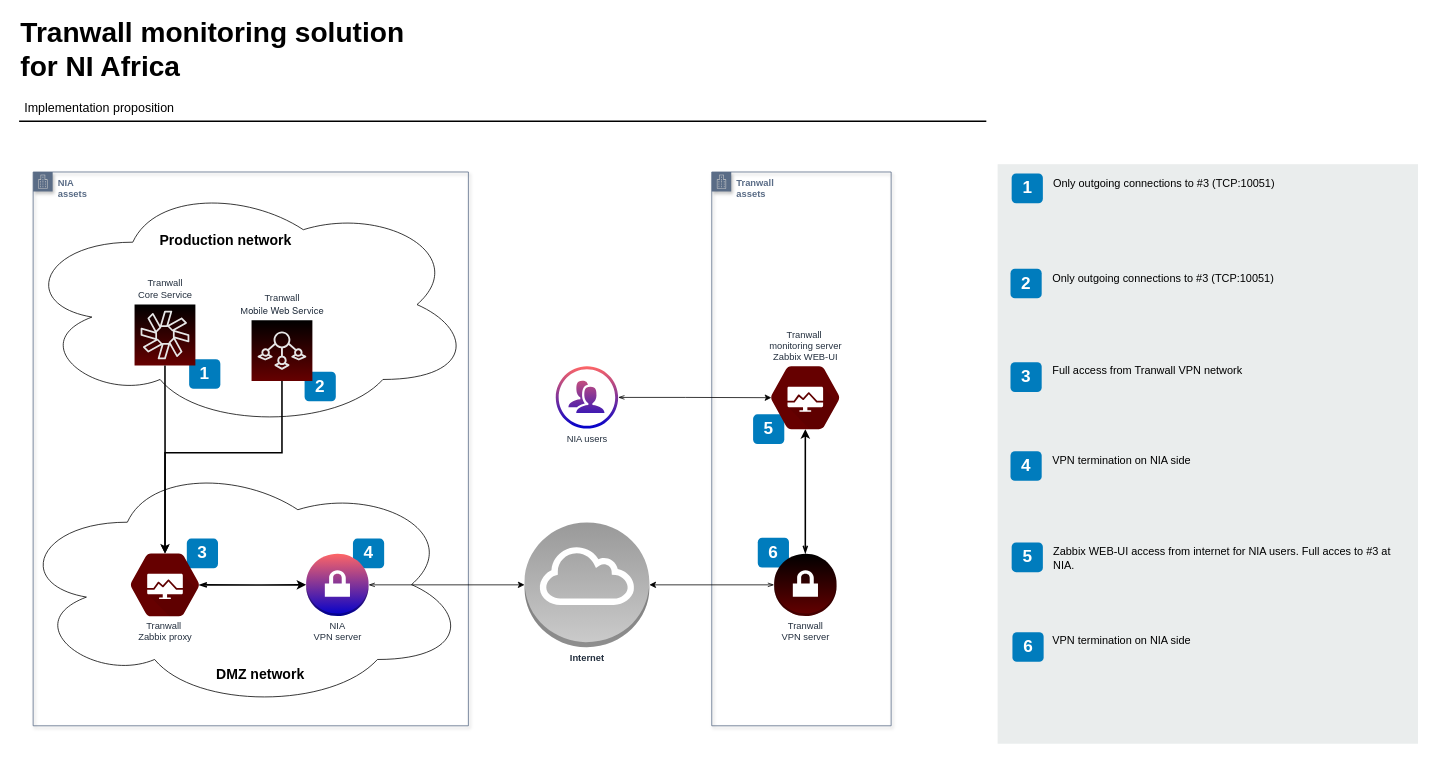
Earlier version of the draw.io diagram NIA monitoting solution.drawio (7ak/draw.io). Source tidied: cells renumbered, new cells numbered last; positions are measured from the earlier drawing's top-left corner, leaving out a move shared by most shapes. Both pictures are drawn from the tidied source at 78%, with x=0, y=0 at pixel (13, 13).
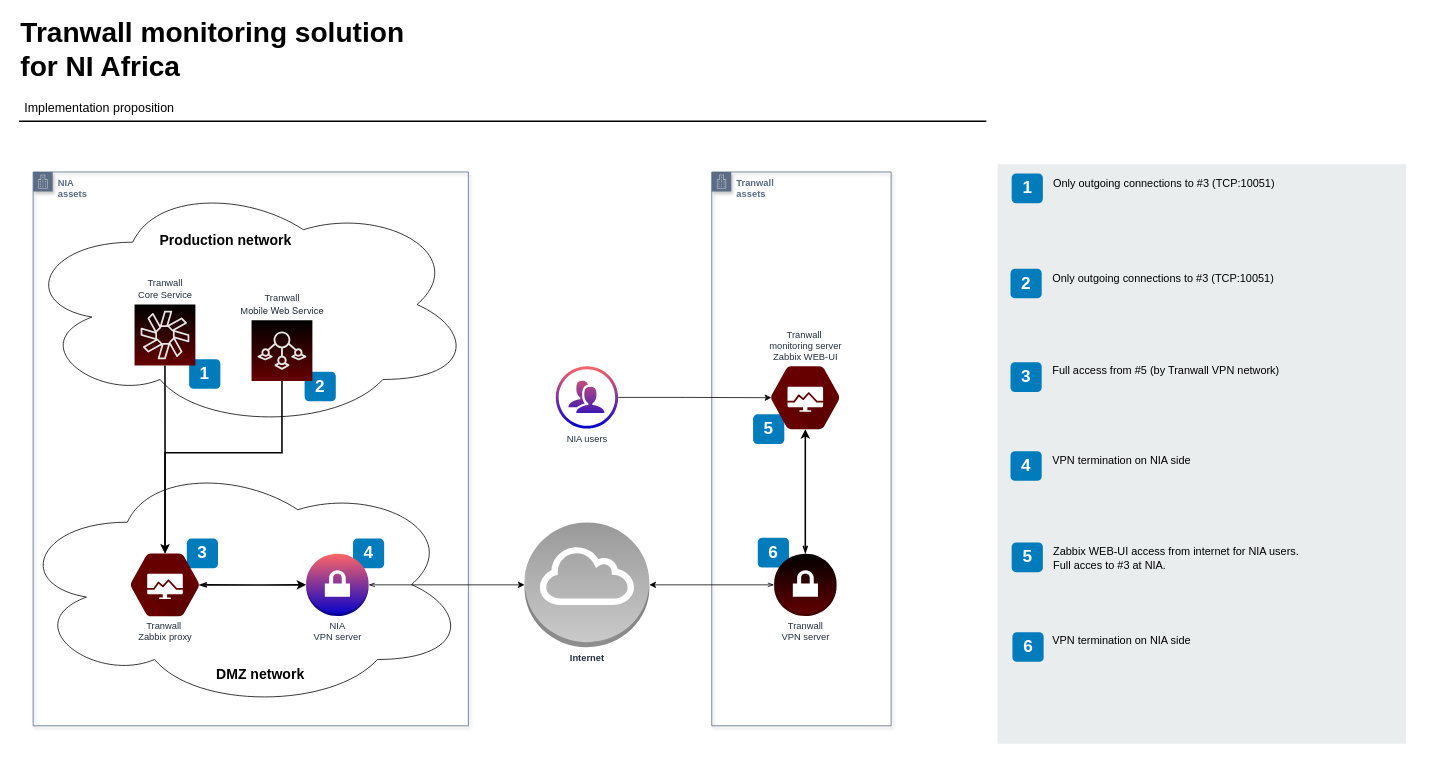
Above is the later version.

Unchanged cells that the change refers to:
```xml
<mxCell id="10" value="NIA users" style="verticalLabelPosition=bottom;html=1;fillColor=#0000CC;verticalAlign=top;align=center;points=[[0.25,0,0],[0.5,0,0],[0.75,0,0],[1,0.5,0],[0.75,1,0],[0.5,1,0],[0.25,1,0],[0,0.5,0],[0.125,0.25,0],[0.125,0.75,0],[0.875,0.25,0],[0.875,0.75,0]];shape=mxgraph.cisco_safe.design.users;dashed=0;fontColor=#232F3E;fontStyle=0;strokeColor=#ffffff;gradientColor=#FF6666;gradientDirection=north;labelBackgroundColor=none;" parent="1" vertex="1">
  <mxGeometry x="695" y="452" width="80" height="80" as="geometry" />
</mxCell>
<mxCell id="27" value="Tranwall&amp;nbsp;&lt;br&gt;monitoring server&lt;br&gt;Zabbix WEB-UI" style="html=1;fillColor=#660000;strokeColor=#E6E6E6;verticalAlign=bottom;labelPosition=center;verticalLabelPosition=top;align=center;spacingTop=0;fontSize=12;fontStyle=0;fontColor=#232F3E;shape=mxgraph.gcp2.hexIcon;prIcon=cloud_deployment_manager;shadow=0;dashed=0;gradientColor=#000000;gradientDirection=north;spacing=-15;" parent="1" vertex="1">
  <mxGeometry x="948" y="433" width="133.9" height="118.7" as="geometry" />
</mxCell>
```

What changed in the source:
```diff
@@
-    <mxCell id="9" style="edgeStyle=orthogonalEdgeStyle;rounded=0;jettySize=auto;html=1;startArrow=openThin;startFill=0;fontSize=18;entryX=0.175;entryY=0.5;entryDx=0;entryDy=0;entryPerimeter=0;" parent="1" edge="1" source="10" target="27">
+    <mxCell id="9" style="edgeStyle=orthogonalEdgeStyle;rounded=0;jettySize=auto;html=1;startArrow=none;startFill=0;fontSize=18;entryX=0.175;entryY=0.5;entryDx=0;entryDy=0;entryPerimeter=0;" parent="1" edge="1" source="10" target="27">
       <mxGeometry relative="1" as="geometry" />
     </mxCell>
@@
     <mxCell id="30" style="rounded=0;whiteSpace=wrap;html=1;fillColor=#EAEDED;fontSize=22;fontColor=#FFFFFF;strokeColor=none;labelBackgroundColor=none;" parent="1" vertex="1">
-      <mxGeometry x="1261.5" y="193" width="539" height="743" as="geometry" />
+      <mxGeometry x="1261.5" y="193" width="523.5" height="743" as="geometry" />
     </mxCell>
@@
-    <mxCell id="39" value="Full access from Tranwall VPN network&amp;nbsp;" style="text;html=1;align=left;verticalAlign=top;spacingTop=-4;fontSize=14;labelBackgroundColor=none;whiteSpace=wrap;" parent="1" vertex="1">
+    <mxCell id="39" value="Full access from #5 (by Tranwall VPN network)&amp;nbsp;" style="text;html=1;align=left;verticalAlign=top;spacingTop=-4;fontSize=14;labelBackgroundColor=none;whiteSpace=wrap;" parent="1" vertex="1">
       <mxGeometry x="1330" y="445.5" width="450" height="117" as="geometry" />
     </mxCell>
@@
-    <mxCell id="41" value="Zabbix WEB-UI access from internet for NIA users. Full acces to #3 at NIA." style="text;html=1;align=left;verticalAlign=top;spacingTop=-4;fontSize=14;labelBackgroundColor=none;whiteSpace=wrap;" parent="1" vertex="1">
+    <mxCell id="41" value="Zabbix WEB-UI access from internet for NIA users. &lt;br&gt;Full acces to #3 at NIA." style="text;html=1;align=left;verticalAlign=top;spacingTop=-4;fontSize=14;labelBackgroundColor=none;whiteSpace=wrap;" parent="1" vertex="1">
       <mxGeometry x="1331" y="678.5" width="449" height="114" as="geometry" />
     </mxCell>
```
